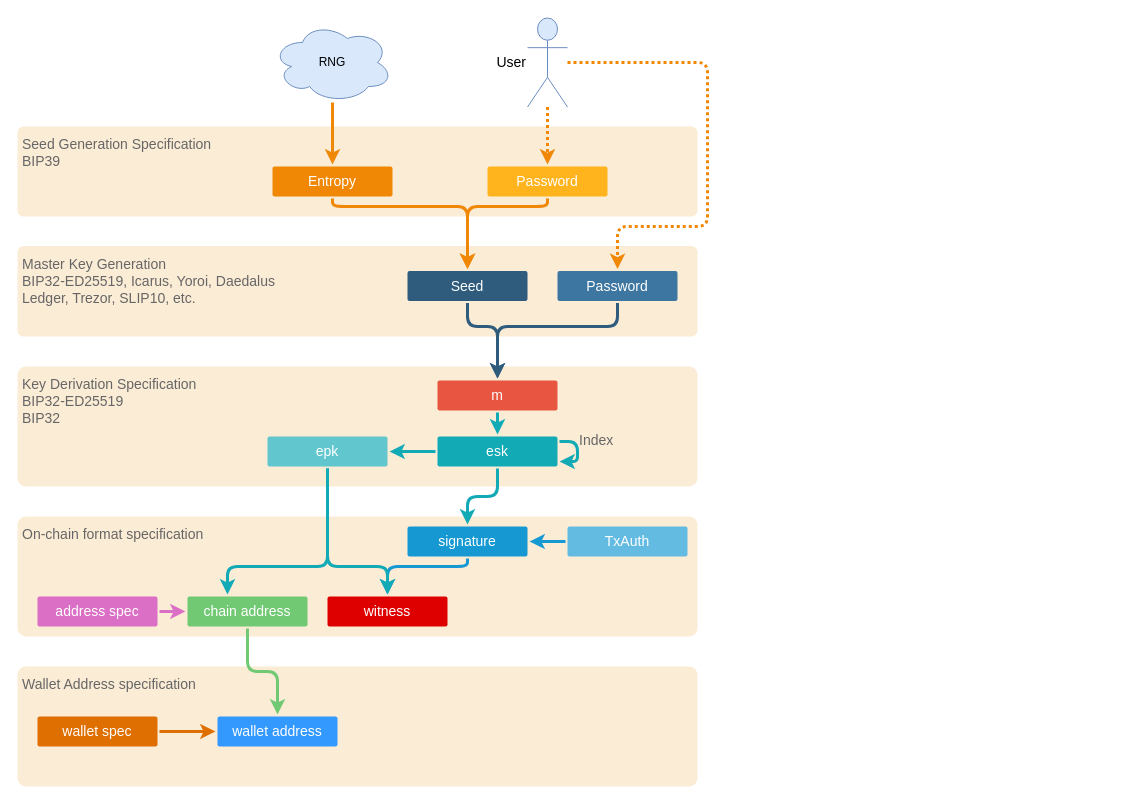
Before: diagrams/Wallet_Specification.drawio in ilap/ShelleyStuffs, a draw.io diagram. Source tidied: cells renumbered, new cells numbered last; positions are measured from the earlier drawing's top-left corner, leaving out a move shared by most shapes. Both pictures are drawn from the tidied source at 100%, with x=0, y=0 at pixel (17, 18).
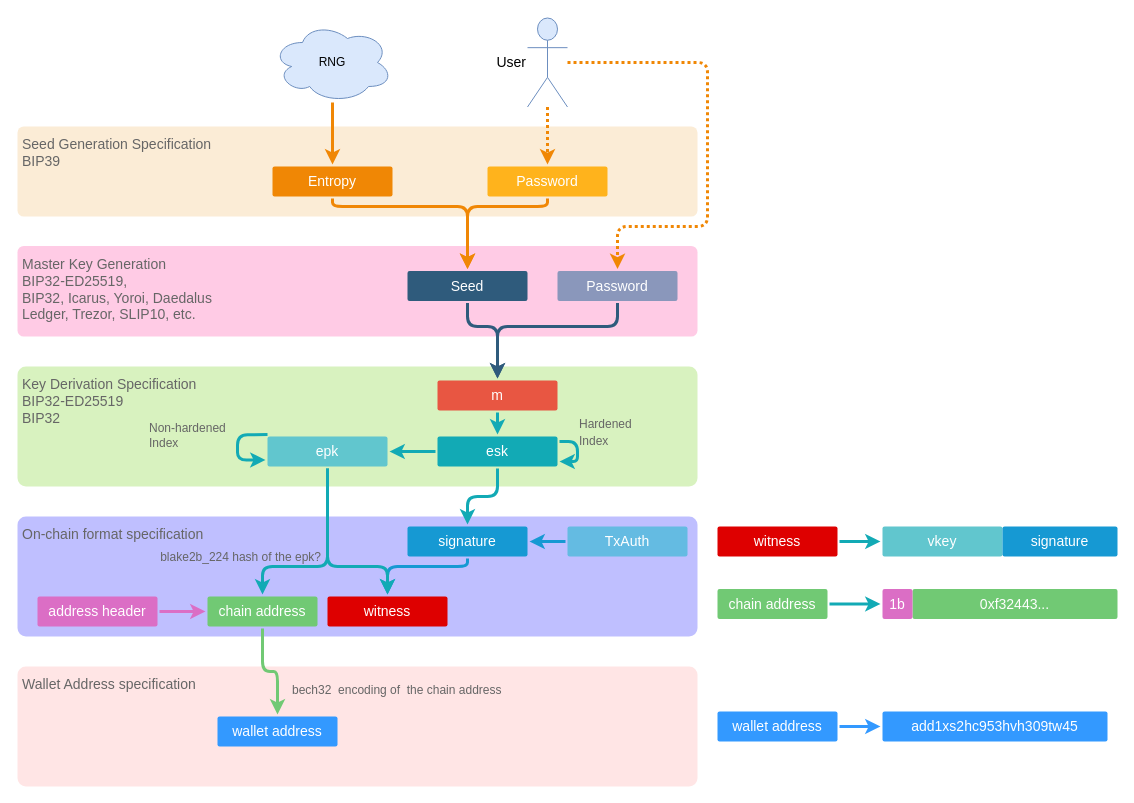
Above is the later version.

The change refers to these unchanged cells:
```xml
<mxCell id="16" value="epk" style="rounded=1;whiteSpace=wrap;html=1;shadow=0;labelBackgroundColor=none;strokeColor=none;strokeWidth=3;fillColor=#61c6ce;fontFamily=Helvetica;fontSize=14;fontColor=#FFFFFF;align=center;spacing=5;fontStyle=0;arcSize=7;perimeterSpacing=2;" parent="1" vertex="1">
  <mxGeometry x="250" y="418" width="120" height="30" as="geometry" />
</mxCell>
<mxCell id="24" value="esk" style="rounded=1;whiteSpace=wrap;html=1;shadow=0;labelBackgroundColor=none;strokeColor=none;strokeWidth=3;fillColor=#12aab5;fontFamily=Helvetica;fontSize=14;fontColor=#FFFFFF;align=center;spacing=5;fontStyle=0;arcSize=7;perimeterSpacing=2;" parent="1" vertex="1">
  <mxGeometry x="420" y="418" width="120" height="30" as="geometry" />
</mxCell>
<mxCell id="36" value="wallet address" style="rounded=1;whiteSpace=wrap;html=1;shadow=0;labelBackgroundColor=none;strokeColor=none;strokeWidth=3;fontFamily=Helvetica;fontSize=14;fontColor=#FFFFFF;align=center;spacing=5;fontStyle=0;arcSize=7;perimeterSpacing=2;fillColor=#3399FF;" parent="1" vertex="1">
  <mxGeometry x="200" y="698" width="120" height="30" as="geometry" />
</mxCell>
```

Change to the diagram source:
```diff
@@
-    <mxCell id="2" value="On-chain format specification" style="rounded=1;whiteSpace=wrap;html=1;shadow=0;labelBackgroundColor=none;strokeColor=none;strokeWidth=3;fontFamily=Helvetica;fontSize=14;align=left;spacing=5;fontStyle=0;arcSize=7;perimeterSpacing=2;opacity=25;fillColor=#F0B45B;verticalAlign=top;fontColor=#666666;" parent="1" vertex="1">
+    <mxCell id="2" value="On-chain format specification" style="rounded=1;whiteSpace=wrap;html=1;shadow=0;labelBackgroundColor=none;strokeColor=none;strokeWidth=3;fontFamily=Helvetica;fontSize=14;align=left;spacing=5;fontStyle=0;arcSize=7;perimeterSpacing=2;opacity=25;verticalAlign=top;fontColor=#666666;fillColor=#0000FF;" parent="1" vertex="1">
       <mxGeometry y="498" width="680" height="120" as="geometry" />
     </mxCell>
-    <mxCell id="3" value="Wallet Address specification" style="rounded=1;whiteSpace=wrap;html=1;shadow=0;labelBackgroundColor=none;strokeColor=none;strokeWidth=3;fontFamily=Helvetica;fontSize=14;align=left;spacing=5;fontStyle=0;arcSize=7;perimeterSpacing=2;opacity=25;fillColor=#F0B45B;verticalAlign=top;fontColor=#666666;" parent="1" vertex="1">
+    <mxCell id="3" value="Wallet Address specification" style="rounded=1;whiteSpace=wrap;html=1;shadow=0;labelBackgroundColor=none;strokeColor=none;strokeWidth=3;fontFamily=Helvetica;fontSize=14;align=left;spacing=5;fontStyle=0;arcSize=7;perimeterSpacing=2;opacity=25;verticalAlign=top;fontColor=#666666;fillColor=#FF9999;" parent="1" vertex="1">
       <mxGeometry y="648" width="680" height="120" as="geometry" />
     </mxCell>
-    <mxCell id="4" value="Key Derivation Specification&lt;br&gt;BIP32-ED25519&lt;br&gt;BIP32" style="rounded=1;whiteSpace=wrap;html=1;shadow=0;labelBackgroundColor=none;strokeColor=none;strokeWidth=3;fontFamily=Helvetica;fontSize=14;align=left;spacing=5;fontStyle=0;arcSize=7;perimeterSpacing=2;opacity=25;fillColor=#F0B45B;verticalAlign=top;fontColor=#666666;" parent="1" vertex="1">
+    <mxCell id="4" value="Key Derivation Specification&lt;br&gt;BIP32-ED25519&lt;br&gt;BIP32" style="rounded=1;whiteSpace=wrap;html=1;shadow=0;labelBackgroundColor=none;strokeColor=none;strokeWidth=3;fontFamily=Helvetica;fontSize=14;align=left;spacing=5;fontStyle=0;arcSize=7;perimeterSpacing=2;opacity=25;verticalAlign=top;fontColor=#666666;fillColor=#66CC00;" parent="1" vertex="1">
       <mxGeometry y="348" width="680" height="120" as="geometry" />
     </mxCell>
-    <mxCell id="5" value="Master Key Generation&lt;br&gt;BIP32-ED25519,&amp;nbsp;Icarus, Yoroi, Daedalus&lt;br&gt;Ledger, Trezor, SLIP10, etc." style="rounded=1;whiteSpace=wrap;html=1;shadow=0;labelBackgroundColor=none;strokeColor=none;strokeWidth=3;fontFamily=Helvetica;fontSize=14;align=left;spacing=5;fontStyle=0;arcSize=7;perimeterSpacing=2;opacity=25;fillColor=#F0B45B;verticalAlign=top;fontColor=#666666;" parent="1" vertex="1">
+    <mxCell id="5" value="Master Key Generation&lt;br&gt;BIP32-ED25519,&amp;nbsp;&lt;br&gt;BIP32, Icarus, Yoroi, Daedalus&lt;br&gt;Ledger, Trezor, SLIP10, etc." style="rounded=1;whiteSpace=wrap;html=1;shadow=0;labelBackgroundColor=none;strokeColor=none;strokeWidth=3;fontFamily=Helvetica;fontSize=14;align=left;spacing=5;fontStyle=0;arcSize=7;perimeterSpacing=2;opacity=25;verticalAlign=top;fontColor=#666666;fillColor=#FF3399;" parent="1" vertex="1">
       <mxGeometry y="227.5" width="680" height="90.5" as="geometry" />
     </mxCell>
@@
-    <mxCell id="23" value="Password" style="rounded=1;whiteSpace=wrap;html=1;shadow=0;labelBackgroundColor=none;strokeColor=none;strokeWidth=3;fontFamily=Helvetica;fontSize=14;fontColor=#FFFFFF;align=center;fontStyle=0;spacing=5;arcSize=7;perimeterSpacing=2;fillColor=#3D76A1;" parent="1" vertex="1">
+    <mxCell id="23" value="Password" style="rounded=1;whiteSpace=wrap;html=1;shadow=0;labelBackgroundColor=none;strokeColor=none;strokeWidth=3;fontFamily=Helvetica;fontSize=14;fontColor=#FFFFFF;align=center;fontStyle=0;spacing=5;arcSize=7;perimeterSpacing=2;fillColor=#3D76A1;opacity=60;" parent="1" vertex="1">
       <mxGeometry x="540" y="252.5" width="120" height="30" as="geometry" />
     </mxCell>
@@
-    <mxCell id="32" value="address spec" style="rounded=1;whiteSpace=wrap;html=1;shadow=0;labelBackgroundColor=none;strokeColor=none;strokeWidth=3;fontFamily=Helvetica;fontSize=14;fontColor=#FFFFFF;align=center;spacing=5;fontStyle=0;arcSize=7;perimeterSpacing=2;fillColor=#DB6EC5;" parent="1" vertex="1">
+    <mxCell id="32" value="address header" style="rounded=1;whiteSpace=wrap;html=1;shadow=0;labelBackgroundColor=none;strokeColor=none;strokeWidth=3;fontFamily=Helvetica;fontSize=14;fontColor=#FFFFFF;align=center;spacing=5;fontStyle=0;arcSize=7;perimeterSpacing=2;fillColor=#DB6EC5;" parent="1" vertex="1">
       <mxGeometry x="20" y="578" width="120" height="30" as="geometry" />
     </mxCell>
     <mxCell id="33" value="chain address" style="rounded=1;whiteSpace=wrap;html=1;shadow=0;labelBackgroundColor=none;strokeColor=none;strokeWidth=3;fontFamily=Helvetica;fontSize=14;fontColor=#FFFFFF;align=center;spacing=5;fontStyle=0;arcSize=7;perimeterSpacing=2;fillColor=#71C974;" parent="1" vertex="1">
-      <mxGeometry x="170" y="578" width="120" height="30" as="geometry" />
+      <mxGeometry x="190" y="578" width="110" height="30" as="geometry" />
     </mxCell>
-    <mxCell id="34" style="edgeStyle=orthogonalEdgeStyle;rounded=1;jumpStyle=none;html=1;shadow=0;labelBackgroundColor=none;startArrow=none;startFill=0;jettySize=auto;strokeColor=#12AAB5;strokeWidth=3;fontFamily=Helvetica;fontSize=14;fontColor=#FFFFFF;spacing=5;fontStyle=1;fillColor=#b0e3e6;" parent="1" edge="1" source="16" target="33">
+    <mxCell id="34" style="edgeStyle=orthogonalEdgeStyle;rounded=1;jumpStyle=none;html=1;shadow=0;labelBackgroundColor=none;startArrow=none;startFill=0;jettySize=auto;strokeColor=#12AAB5;strokeWidth=3;fontFamily=Helvetica;fontSize=14;fontColor=#FFFFFF;spacing=5;fontStyle=1;fillColor=#b0e3e6;entryX=0.5;entryY=0;entryDx=0;entryDy=0;" parent="1" edge="1" source="16" target="33">
       <mxGeometry relative="1" as="geometry">
         <Array as="points">
           <mxPoint x="310" y="548" />
-          <mxPoint x="210" y="548" />
+          <mxPoint x="245" y="548" />
         </Array>
       </mxGeometry>
     </mxCell>
-    <mxCell id="35" style="edgeStyle=orthogonalEdgeStyle;rounded=1;jumpStyle=none;html=1;shadow=0;labelBackgroundColor=none;startArrow=none;startFill=0;jettySize=auto;strokeWidth=3;fontFamily=Helvetica;fontSize=14;fontColor=#FFFFFF;spacing=5;fontStyle=1;fillColor=#b0e3e6;strokeColor=#DB6EC5;" parent="1" edge="1" source="32" target="33">
-      <mxGeometry relative="1" as="geometry" />
-    </mxCell>
+    <mxCell id="41" value="blake2b_224 hash of the epk?" style="edgeLabel;html=1;align=right;verticalAlign=middle;fontSize=12;fontColor=#666666;labelBackgroundColor=none;labelPosition=left;verticalLabelPosition=middle;" parent="34" vertex="1">
+      <mxGeometry x="0.48" y="-1" relative="1" as="geometry">
+        <mxPoint x="37" y="-9" as="offset" />
+      </mxGeometry>
+    </mxCell>
@@
-    <mxCell id="37" style="edgeStyle=orthogonalEdgeStyle;rounded=1;jumpStyle=none;html=1;shadow=0;labelBackgroundColor=none;startArrow=none;startFill=0;jettySize=auto;strokeWidth=3;fontFamily=Helvetica;fontSize=14;fontColor=#FFFFFF;spacing=5;fontStyle=1;fillColor=#b0e3e6;strokeColor=#71C974;" parent="1" edge="1" source="33" target="36">
-      <mxGeometry relative="1" as="geometry" />
+    <mxCell id="37" value="bech32&amp;nbsp; encoding of&amp;nbsp; the chain address" style="edgeStyle=orthogonalEdgeStyle;rounded=1;jumpStyle=none;html=1;shadow=0;labelBackgroundColor=none;startArrow=none;startFill=0;jettySize=auto;strokeWidth=3;fontFamily=Helvetica;fontSize=12;spacing=5;fontStyle=0;fillColor=#b0e3e6;strokeColor=#71C974;fontColor=#666666;labelPosition=right;verticalLabelPosition=bottom;align=left;verticalAlign=top;" parent="1" edge="1" source="33" target="36">
+      <mxGeometry x="0.19" y="10" relative="1" as="geometry" />
     </mxCell>
-    <mxCell id="38" value="wallet spec" style="rounded=1;whiteSpace=wrap;html=1;shadow=0;labelBackgroundColor=none;strokeColor=none;strokeWidth=3;fontFamily=Helvetica;fontSize=14;fontColor=#FFFFFF;align=center;spacing=5;fontStyle=0;arcSize=7;perimeterSpacing=2;fillColor=#DE6F00;" parent="1" vertex="1">
-      <mxGeometry x="20" y="698" width="120" height="30" as="geometry" />
-    </mxCell>
-    <mxCell id="39" style="edgeStyle=orthogonalEdgeStyle;rounded=1;jumpStyle=none;html=1;shadow=0;labelBackgroundColor=none;startArrow=none;startFill=0;jettySize=auto;strokeWidth=3;fontFamily=Helvetica;fontSize=14;fontColor=#FFFFFF;spacing=5;fontStyle=1;fillColor=#b0e3e6;exitX=1;exitY=0.5;exitDx=0;exitDy=0;strokeColor=#DE6F00;" parent="1" edge="1" source="38" target="36">
-      <mxGeometry relative="1" as="geometry" />
-    </mxCell>
-    <mxCell id="40" value="Index" style="edgeStyle=orthogonalEdgeStyle;rounded=1;orthogonalLoop=1;jettySize=auto;html=1;fontSize=14;fontColor=#666666;strokeColor=#12AAB5;strokeWidth=3;labelBackgroundColor=none;labelPosition=right;verticalLabelPosition=top;align=left;verticalAlign=bottom;" parent="1" edge="1" source="24" target="24">
+    <mxCell id="40" value="&lt;font style=&quot;font-size: 12px&quot;&gt;Hardened &lt;br&gt;Index&lt;/font&gt;" style="edgeStyle=orthogonalEdgeStyle;rounded=1;orthogonalLoop=1;jettySize=auto;html=1;fontSize=14;fontColor=#666666;strokeWidth=3;labelBackgroundColor=none;labelPosition=right;verticalLabelPosition=top;align=left;verticalAlign=bottom;strokeColor=#12AAB5;" parent="1" edge="1" source="24" target="24">
       <mxGeometry relative="1" as="geometry" />
     </mxCell>
+    <mxCell id="35" style="edgeStyle=orthogonalEdgeStyle;rounded=1;jumpStyle=none;html=1;shadow=0;labelBackgroundColor=none;startArrow=none;startFill=0;jettySize=auto;strokeWidth=3;fontFamily=Helvetica;fontSize=14;fontColor=#FFFFFF;spacing=5;fontStyle=1;fillColor=#b0e3e6;strokeColor=#DB6EC5;entryX=0;entryY=0.5;entryDx=0;entryDy=0;" parent="1" edge="1" source="32" target="33">
+      <mxGeometry relative="1" as="geometry" />
+    </mxCell>
+    <mxCell id="42" value="add1xs2hc953hvh309tw45" style="rounded=1;whiteSpace=wrap;html=1;shadow=0;labelBackgroundColor=none;strokeColor=none;strokeWidth=3;fontFamily=Helvetica;fontSize=14;fontColor=#FFFFFF;align=center;spacing=5;fontStyle=0;arcSize=7;perimeterSpacing=2;fillColor=#3399FF;" parent="1" vertex="1">
+      <mxGeometry x="865" y="693" width="225" height="30" as="geometry" />
+    </mxCell>
+    <mxCell id="43" style="edgeStyle=orthogonalEdgeStyle;rounded=1;jettySize=auto;html=1;labelBackgroundColor=none;strokeColor=#12AAB5;strokeWidth=3;fontSize=12;fontColor=#666666;" parent="1" edge="1" source="44" target="47">
+      <mxGeometry relative="1" as="geometry" />
+    </mxCell>
+    <mxCell id="44" value="witness" style="rounded=1;whiteSpace=wrap;html=1;shadow=0;labelBackgroundColor=none;strokeColor=none;strokeWidth=3;fontFamily=Helvetica;fontSize=14;fontColor=#FFFFFF;align=center;spacing=5;fontStyle=0;arcSize=7;perimeterSpacing=2;fillColor=#DE0000;" parent="1" vertex="1">
+      <mxGeometry x="700" y="508" width="120" height="30" as="geometry" />
+    </mxCell>
+    <mxCell id="45" value="0xf32443..." style="rounded=1;whiteSpace=wrap;html=1;shadow=0;labelBackgroundColor=none;strokeColor=none;strokeWidth=3;fontFamily=Helvetica;fontSize=14;fontColor=#FFFFFF;align=center;spacing=5;fontStyle=0;arcSize=7;perimeterSpacing=2;fillColor=#71C974;" parent="1" vertex="1">
+      <mxGeometry x="895" y="570.5" width="205" height="30" as="geometry" />
+    </mxCell>
+    <mxCell id="46" value="1b" style="rounded=1;whiteSpace=wrap;html=1;shadow=0;labelBackgroundColor=none;strokeColor=none;strokeWidth=3;fontFamily=Helvetica;fontSize=14;fontColor=#FFFFFF;align=center;spacing=5;fontStyle=0;arcSize=7;perimeterSpacing=2;fillColor=#DB6EC5;" parent="1" vertex="1">
+      <mxGeometry x="865" y="570.5" width="30" height="30" as="geometry" />
+    </mxCell>
+    <mxCell id="47" value="vkey" style="rounded=1;whiteSpace=wrap;html=1;shadow=0;labelBackgroundColor=none;strokeColor=none;strokeWidth=3;fillColor=#61c6ce;fontFamily=Helvetica;fontSize=14;fontColor=#FFFFFF;align=center;spacing=5;fontStyle=0;arcSize=7;perimeterSpacing=2;" parent="1" vertex="1">
+      <mxGeometry x="865" y="508" width="120" height="30" as="geometry" />
+    </mxCell>
+    <mxCell id="48" style="edgeStyle=orthogonalEdgeStyle;rounded=1;jettySize=auto;html=1;labelBackgroundColor=none;strokeColor=#12AAB5;strokeWidth=3;fontSize=12;fontColor=#666666;" parent="1" edge="1" source="49" target="46">
+      <mxGeometry relative="1" as="geometry" />
+    </mxCell>
+    <mxCell id="49" value="chain address" style="rounded=1;whiteSpace=wrap;html=1;shadow=0;labelBackgroundColor=none;strokeColor=none;strokeWidth=3;fontFamily=Helvetica;fontSize=14;fontColor=#FFFFFF;align=center;spacing=5;fontStyle=0;arcSize=7;perimeterSpacing=2;fillColor=#71C974;" parent="1" vertex="1">
+      <mxGeometry x="700" y="570.5" width="110" height="30" as="geometry" />
+    </mxCell>
+    <mxCell id="50" value="signature" style="rounded=1;whiteSpace=wrap;html=1;shadow=0;labelBackgroundColor=none;strokeColor=none;strokeWidth=3;fillColor=#1699d3;fontFamily=Helvetica;fontSize=14;fontColor=#FFFFFF;align=center;spacing=5;fontStyle=0;arcSize=7;perimeterSpacing=2;" parent="1" vertex="1">
+      <mxGeometry x="985" y="508" width="115" height="30" as="geometry" />
+    </mxCell>
+    <mxCell id="51" style="edgeStyle=orthogonalEdgeStyle;rounded=1;jettySize=auto;html=1;labelBackgroundColor=none;strokeWidth=3;fontSize=12;fontColor=#666666;strokeColor=#3399FF;" parent="1" edge="1" source="52" target="42">
+      <mxGeometry relative="1" as="geometry" />
+    </mxCell>
+    <mxCell id="52" value="wallet address" style="rounded=1;whiteSpace=wrap;html=1;shadow=0;labelBackgroundColor=none;strokeColor=none;strokeWidth=3;fontFamily=Helvetica;fontSize=14;fontColor=#FFFFFF;align=center;spacing=5;fontStyle=0;arcSize=7;perimeterSpacing=2;fillColor=#3399FF;" parent="1" vertex="1">
+      <mxGeometry x="700" y="693" width="120" height="30" as="geometry" />
+    </mxCell>
+    <mxCell id="53" style="edgeStyle=orthogonalEdgeStyle;rounded=1;orthogonalLoop=1;jettySize=auto;html=1;entryX=0;entryY=0.75;entryDx=0;entryDy=0;labelBackgroundColor=none;strokeWidth=3;fontSize=12;fontColor=#666666;strokeColor=#12AAB5;" parent="1" edge="1" source="16" target="16">
+      <mxGeometry relative="1" as="geometry">
+        <Array as="points">
+          <mxPoint x="250" y="416.5" />
+          <mxPoint x="220" y="416.5" />
+          <mxPoint x="220" y="441.5" />
+        </Array>
+      </mxGeometry>
+    </mxCell>
+    <mxCell id="54" value="Non-hardened &lt;br&gt;Index" style="edgeLabel;html=1;align=left;verticalAlign=bottom;fontSize=12;fontColor=#666666;labelBackgroundColor=none;labelPosition=left;verticalLabelPosition=top;" parent="53" vertex="1">
+      <mxGeometry x="-0.45" y="3" relative="1" as="geometry">
+        <mxPoint x="-97.6" y="13.5" as="offset" />
+      </mxGeometry>
+    </mxCell>
```
